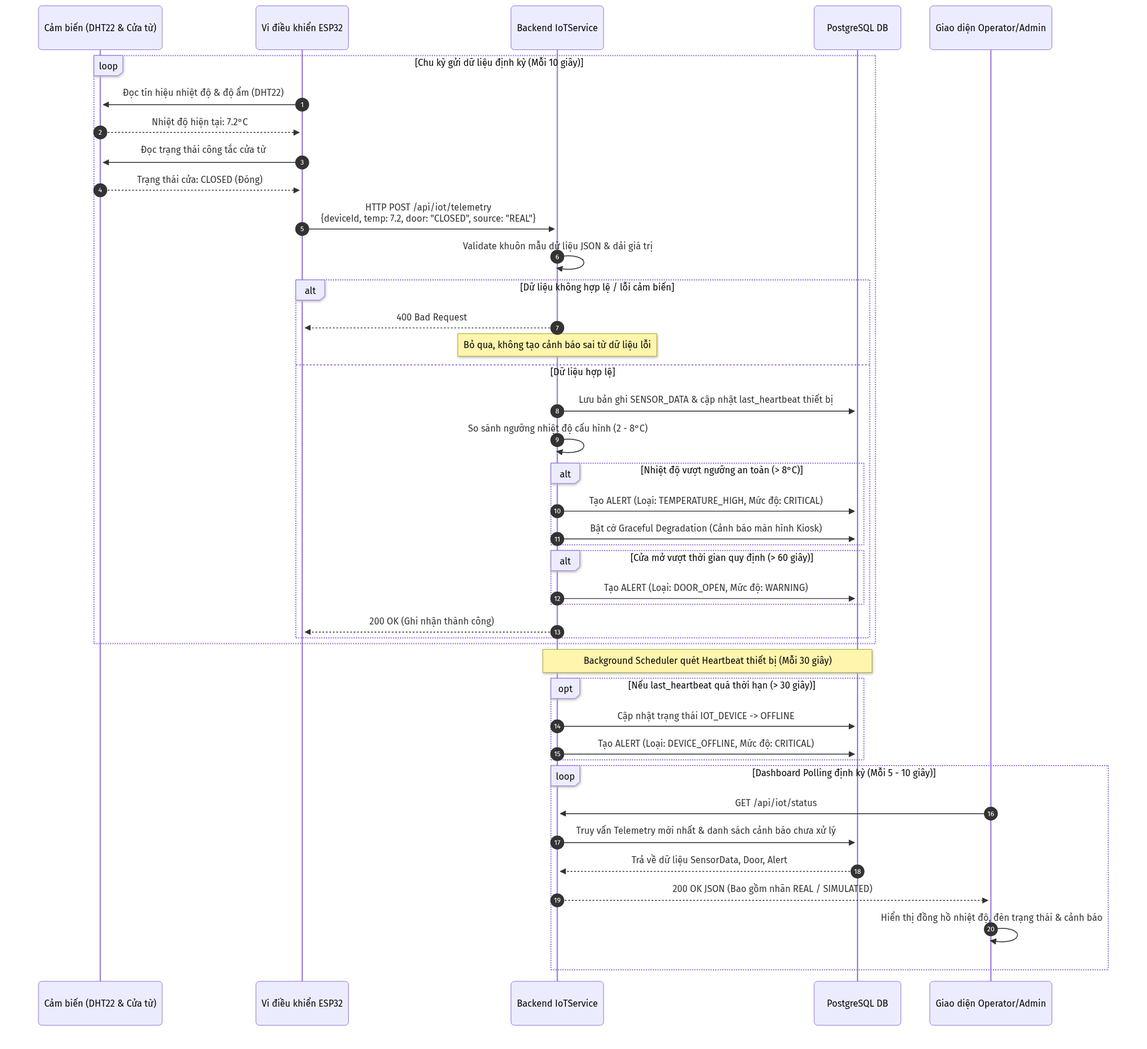
Above: diagrams/diagram_06_seq_iot.png in nguyenxuanhieu2903/Freshvend-test (Mermaid), before the change. Its source is kept beside it as diagrams/diagram_06_seq_iot.mmd. Source of this version:
```mermaid
sequenceDiagram
    autonumber
    participant SENS as Cảm biến (DHT22 & Cửa từ)
    participant ESP as Vi điều khiển ESP32
    participant API as Backend IoTService
    participant DB as PostgreSQL DB
    participant DASH as Giao diện Operator/Admin

    loop Chu kỳ gửi dữ liệu định kỳ (Mỗi 10 giây)
        ESP->>SENS: Đọc tín hiệu nhiệt độ & độ ẩm (DHT22)
        SENS-->>ESP: Nhiệt độ hiện tại: 7.2°C
        ESP->>SENS: Đọc trạng thái công tắc cửa từ
        SENS-->>ESP: Trạng thái cửa: CLOSED (Đóng)

        ESP->>API: HTTP POST /api/iot/telemetry<br/>{deviceId, temp: 7.2, door: "CLOSED", source: "REAL"}
        API->>API: Validate khuôn mẫu dữ liệu JSON & dải giá trị

        alt Dữ liệu không hợp lệ / lỗi cảm biến
            API-->>ESP: 400 Bad Request
            Note over API: Bỏ qua, không tạo cảnh báo sai từ dữ liệu lỗi
        else Dữ liệu hợp lệ
            API->>DB: Lưu bản ghi SENSOR_DATA & cập nhật last_heartbeat thiết bị
            API->>API: So sánh ngưỡng nhiệt độ cấu hình (2 - 8°C)

            alt Nhiệt độ vượt ngưỡng an toàn (> 8°C)
                API->>DB: Tạo ALERT (Loại: TEMPERATURE_HIGH, Mức độ: CRITICAL)
                API->>DB: Bật cờ Graceful Degradation (Cảnh báo màn hình Kiosk)
            end

            alt Cửa mở vượt thời gian quy định (> 60 giây)
                API->>DB: Tạo ALERT (Loại: DOOR_OPEN, Mức độ: WARNING)
            end

            API-->>ESP: 200 OK (Ghi nhận thành công)
        end
    end

    Note over API,DB: Background Scheduler quét Heartbeat thiết bị (Mỗi 30 giây)
    opt Nếu last_heartbeat quá thời hạn (> 30 giây)
        API->>DB: Cập nhật trạng thái IOT_DEVICE -> OFFLINE
        API->>DB: Tạo ALERT (Loại: DEVICE_OFFLINE, Mức độ: CRITICAL)
    end

    loop Dashboard Polling định kỳ (Mỗi 5 - 10 giây)
        DASH->>API: GET /api/iot/status
        API->>DB: Truy vấn Telemetry mới nhất & danh sách cảnh báo chưa xử lý
        DB-->>API: Trả về dữ liệu SensorData, Door, Alert
        API-->>DASH: 200 OK JSON (Bao gồm nhãn REAL / SIMULATED)
        DASH->>DASH: Hiển thị đồng hồ nhiệt độ, đèn trạng thái & cảnh báo
    end
```
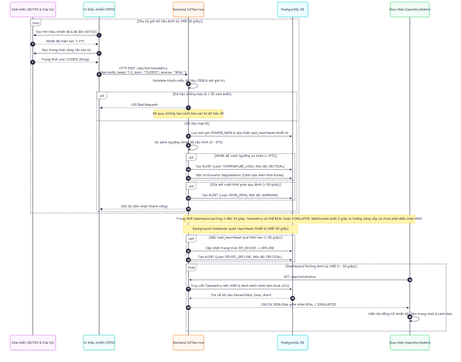
The same file after the commit.

Change to the diagram source:
```diff
@@ -35,6 +35,7 @@
         end
     end
 
+    Note over API,DASH: Trong MVP dashboard polling 5 đến 10 giây. Telemetry có thể REAL hoặc SIMULATED. WebSocket dưới 2 giây là hướng nâng cấp và chưa phải điều kiện MVP.
     Note over API,DB: Background Scheduler quét Heartbeat thiết bị (Mỗi 30 giây)
     opt Nếu last_heartbeat quá thời hạn (> 30 giây)
         API->>DB: Cập nhật trạng thái IOT_DEVICE -> OFFLINE
```
